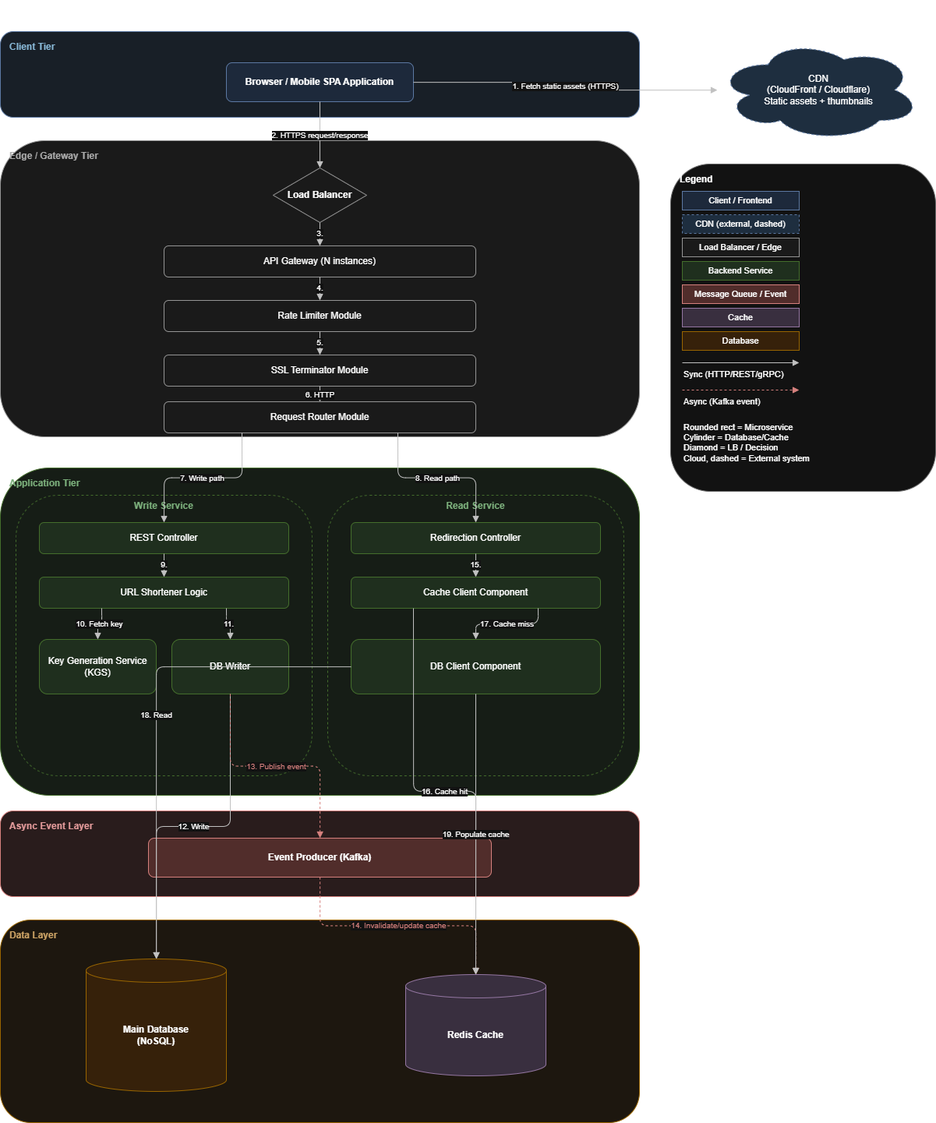
The draw.io diagram 02-url-shortener/V02/architecture.png in SAIDEEPBHANGE/system-design, before a commit. Source tidied: cells renumbered, new cells last; positions are measured from the earlier drawing's top-left corner, leaving out a move shared by most shapes.
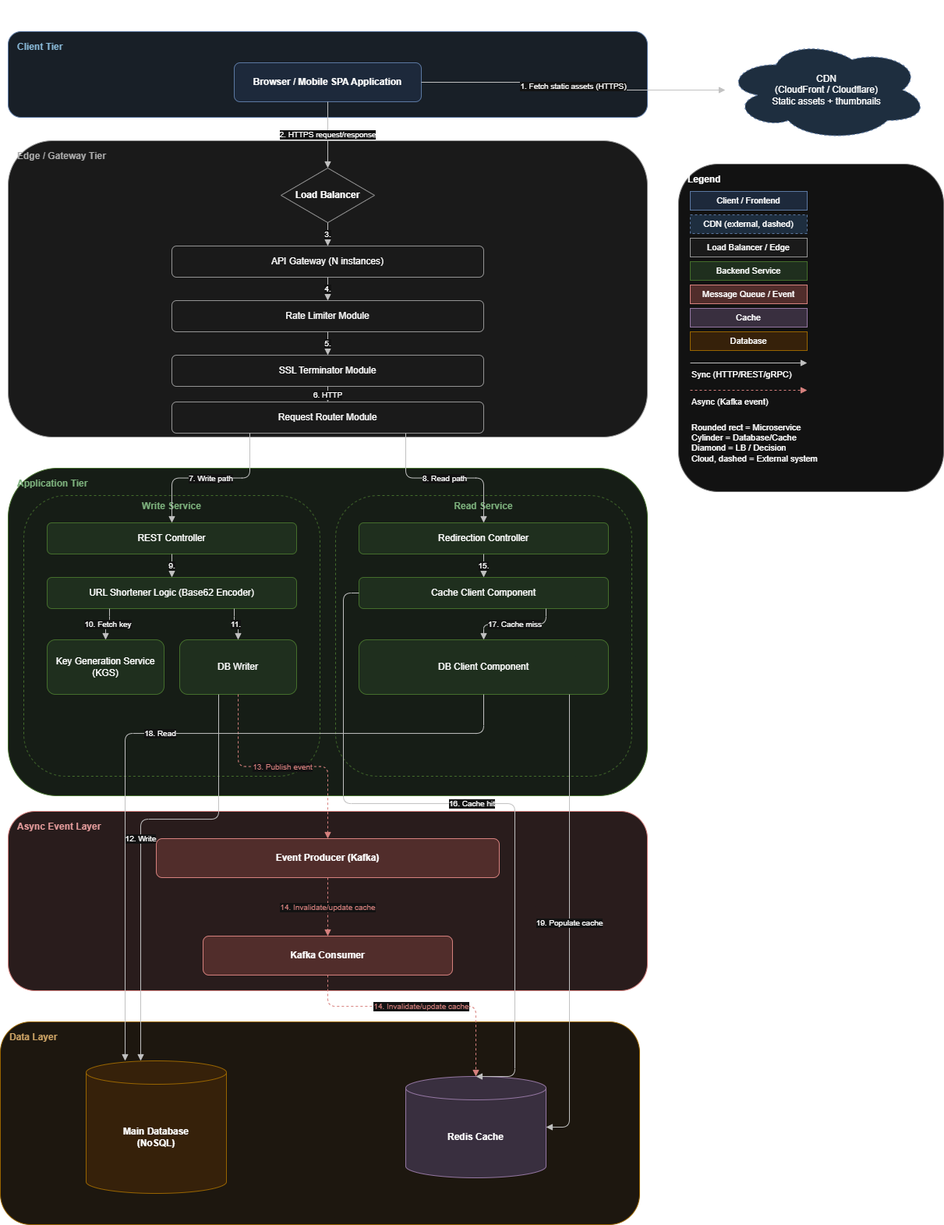
After the commit.

What changed in the source:
```diff
@@ -41,7 +41,7 @@
     <mxCell id="14" value="REST Controller" style="rounded=1;whiteSpace=wrap;html=1;fillColor=#d5e8d4;strokeColor=#82b366;" parent="1" vertex="1">
       <mxGeometry x="50" y="670" width="320" height="40" as="geometry" />
     </mxCell>
-    <mxCell id="15" value="URL Shortener Logic" style="rounded=1;whiteSpace=wrap;html=1;fillColor=#d5e8d4;strokeColor=#82b366;" parent="1" vertex="1">
+    <mxCell id="15" value="URL Shortener Logic (Base62 Encoder)" style="rounded=1;whiteSpace=wrap;html=1;fillColor=#d5e8d4;strokeColor=#82b366;" parent="1" vertex="1">
       <mxGeometry x="50" y="740" width="320" height="40" as="geometry" />
     </mxCell>
     <mxCell id="16" value="Key Generation Service (KGS)" style="rounded=1;whiteSpace=wrap;html=1;fillColor=#d5e8d4;strokeColor=#82b366;" parent="1" vertex="1">
@@ -63,19 +63,19 @@
       <mxGeometry x="450" y="820" width="320" height="70" as="geometry" />
     </mxCell>
     <mxCell id="22" value="Async Event Layer" style="rounded=1;whiteSpace=wrap;html=1;verticalAlign=top;align=left;spacingLeft=10;spacingTop=6;fontStyle=1;fontColor=#8f3a3a;fillColor=#fbecec;strokeColor=#b85450;" parent="1" vertex="1">
-      <mxGeometry y="1040" width="820" height="110" as="geometry" />
+      <mxGeometry y="1040" width="820" height="230" as="geometry" />
     </mxCell>
     <mxCell id="23" value="Event Producer (Kafka)" style="rounded=1;whiteSpace=wrap;html=1;fillColor=#f8cecc;strokeColor=#b85450;fontStyle=1;" parent="1" vertex="1">
       <mxGeometry x="190" y="1075" width="440" height="50" as="geometry" />
     </mxCell>
     <mxCell id="24" value="Data Layer" style="rounded=1;whiteSpace=wrap;html=1;verticalAlign=top;align=left;spacingLeft=10;spacingTop=6;fontStyle=1;fontColor=#7a4a00;fillColor=#fff8ee;strokeColor=#d79b00;" parent="1" vertex="1">
-      <mxGeometry y="1180" width="820" height="260" as="geometry" />
+      <mxGeometry x="-10" y="1310" width="820" height="260" as="geometry" />
     </mxCell>
     <mxCell id="25" value="Main Database&#10;(NoSQL)" style="shape=cylinder3;whiteSpace=wrap;html=1;boundedLbl=1;backgroundOutline=1;size=15;fillColor=#ffe6cc;strokeColor=#d79b00;fontStyle=1;" parent="1" vertex="1">
-      <mxGeometry x="110" y="1230" width="180" height="170" as="geometry" />
+      <mxGeometry x="100" y="1360" width="180" height="170" as="geometry" />
     </mxCell>
     <mxCell id="26" value="Redis Cache" style="shape=cylinder3;whiteSpace=wrap;html=1;boundedLbl=1;backgroundOutline=1;size=15;fillColor=#e1d5e7;strokeColor=#9673a6;fontStyle=1;" parent="1" vertex="1">
-      <mxGeometry x="520" y="1250" width="180" height="130" as="geometry" />
+      <mxGeometry x="510" y="1380" width="180" height="130" as="geometry" />
     </mxCell>
     <mxCell id="27" value="Legend" style="rounded=1;whiteSpace=wrap;html=1;verticalAlign=top;align=left;spacingLeft=10;spacingTop=6;fontStyle=1;fillColor=#ffffff;strokeColor=#999999;" parent="1" vertex="1">
       <mxGeometry x="860" y="210" width="340" height="420" as="geometry" />
@@ -156,28 +156,60 @@
       <mxGeometry relative="1" as="geometry" />
     </mxCell>
     <mxCell id="51" value="12. Write" style="edgeStyle=orthogonalEdgeStyle;html=1;endArrow=block;strokeColor=#333333;fontSize=10;" parent="1" edge="1" source="17" target="25">
-      <mxGeometry relative="1" as="geometry" />
+      <mxGeometry relative="1" as="geometry">
+        <Array as="points">
+          <mxPoint x="270" y="1050.1" />
+          <mxPoint x="170" y="1050.1" />
+        </Array>
+      </mxGeometry>
     </mxCell>
     <mxCell id="52" value="13. Publish event" style="edgeStyle=orthogonalEdgeStyle;html=1;endArrow=block;dashed=1;strokeColor=#b85450;fontSize=10;fontColor=#b85450;" parent="1" edge="1" source="17" target="23">
       <mxGeometry relative="1" as="geometry" />
     </mxCell>
-    <mxCell id="53" value="14. Invalidate/update cache" style="edgeStyle=orthogonalEdgeStyle;html=1;endArrow=block;dashed=1;strokeColor=#b85450;fontSize=10;fontColor=#b85450;" parent="1" edge="1" source="23" target="26">
+    <mxCell id="53" value="14. Invalidate/update cache" style="edgeStyle=orthogonalEdgeStyle;html=1;endArrow=block;dashed=1;strokeColor=#b85450;fontSize=10;fontColor=#b85450;entryX=0.5;entryY=0;entryDx=0;entryDy=0;" parent="1" edge="1" source="23" target="59">
       <mxGeometry relative="1" as="geometry" />
     </mxCell>
     <mxCell id="54" value="15." style="edgeStyle=orthogonalEdgeStyle;html=1;endArrow=block;strokeColor=#333333;fontSize=10;" parent="1" edge="1" source="19" target="20">
       <mxGeometry relative="1" as="geometry" />
     </mxCell>
-    <mxCell id="55" value="16. Cache hit" style="edgeStyle=orthogonalEdgeStyle;html=1;endArrow=block;strokeColor=#333333;fontSize=10;exitX=0.25;exitY=1;entryX=0.5;entryY=0;" parent="1" edge="1" source="20" target="26">
-      <mxGeometry relative="1" as="geometry" />
+    <mxCell id="55" value="16. Cache hit" style="edgeStyle=orthogonalEdgeStyle;html=1;endArrow=block;strokeColor=#333333;fontSize=10;exitX=0;exitY=0.5;entryX=0.5;entryY=0;exitDx=0;exitDy=0;" parent="1" edge="1" source="20" target="26">
+      <mxGeometry relative="1" as="geometry">
+        <Array as="points">
+          <mxPoint x="430" y="760.1" />
+          <mxPoint x="430" y="1030.1" />
+          <mxPoint x="650" y="1030.1" />
+          <mxPoint x="650" y="1380.1" />
+        </Array>
+      </mxGeometry>
     </mxCell>
     <mxCell id="56" value="17. Cache miss" style="edgeStyle=orthogonalEdgeStyle;html=1;endArrow=block;strokeColor=#333333;fontSize=10;exitX=0.75;exitY=1;entryX=0.5;entryY=0;" parent="1" edge="1" source="20" target="21">
       <mxGeometry relative="1" as="geometry" />
     </mxCell>
     <mxCell id="57" value="18. Read" style="edgeStyle=orthogonalEdgeStyle;html=1;endArrow=block;strokeColor=#333333;fontSize=10;" parent="1" edge="1" source="21" target="25">
-      <mxGeometry relative="1" as="geometry" />
+      <mxGeometry relative="1" as="geometry">
+        <Array as="points">
+          <mxPoint x="610" y="940" />
+          <mxPoint x="150" y="940" />
+        </Array>
+      </mxGeometry>
     </mxCell>
     <mxCell id="58" value="19. Populate cache" style="edgeStyle=orthogonalEdgeStyle;html=1;endArrow=block;strokeColor=#333333;fontSize=10;" parent="1" edge="1" source="21" target="26">
-      <mxGeometry relative="1" as="geometry" />
+      <mxGeometry relative="1" as="geometry">
+        <Array as="points">
+          <mxPoint x="720" y="1445" />
+        </Array>
+      </mxGeometry>
     </mxCell>
+    <mxCell id="59" value="Kafka Consumer" style="rounded=1;whiteSpace=wrap;html=1;fillColor=#f8cecc;strokeColor=#b85450;fontStyle=1;" parent="1" vertex="1">
+      <mxGeometry x="250" y="1200" width="320" height="50" as="geometry" />
+    </mxCell>
+    <mxCell id="60" value="14. Invalidate/update cache" style="edgeStyle=orthogonalEdgeStyle;html=1;endArrow=block;dashed=1;strokeColor=#b85450;fontSize=10;fontColor=#b85450;entryX=0.5;entryY=0;entryDx=0;entryDy=0;exitX=0.5;exitY=1;exitDx=0;exitDy=0;entryPerimeter=0;" parent="1" edge="1" source="59" target="26">
+      <mxGeometry relative="1" as="geometry">
+        <Array as="points">
+          <mxPoint x="410" y="1290" />
+          <mxPoint x="600" y="1290" />
+        </Array>
+      </mxGeometry>
+    </mxCell>
   </root>
 </mxGraphModel>
```
